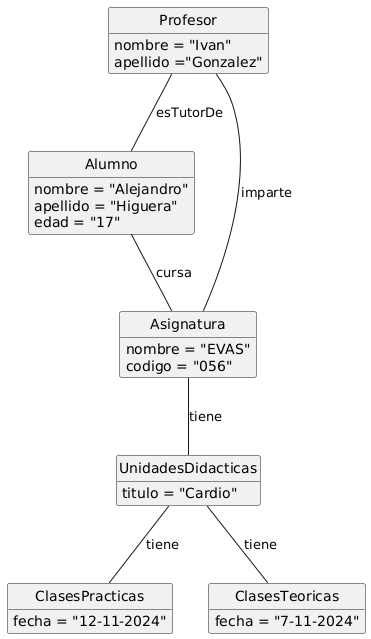
This is Documentos/Imagenes/diagramaDeObjetos.png from mmasias/24-25-IdSw1-SDR, a PlantUML export, as it was before one commit. The source it was exported from:
```plantuml
@startuml
hide circle
hide empty members

class Profesor {
    nombre = "Ivan"
    apellido ="Gonzalez"
}

class Alumno {
    nombre = "Alejandro"
    apellido = "Higuera"
  edad = "17"
}

class Asignatura {
    nombre = "EVAS"
    codigo = "056"
}

class UnidadesDidacticas {
    titulo = "Cardio"
}

class ClasesPracticas {
    fecha = "12-11-2024"
}

class ClasesTeoricas {
    fecha = "7-11-2024"
}

Profesor -- Alumno : esTutorDe
Profesor -- Asignatura : imparte
Asignatura -- UnidadesDidacticas : tiene
UnidadesDidacticas -- ClasesPracticas : tiene
UnidadesDidacticas -- ClasesTeoricas : tiene
Alumno -- Asignatura : cursa
@enduml
```
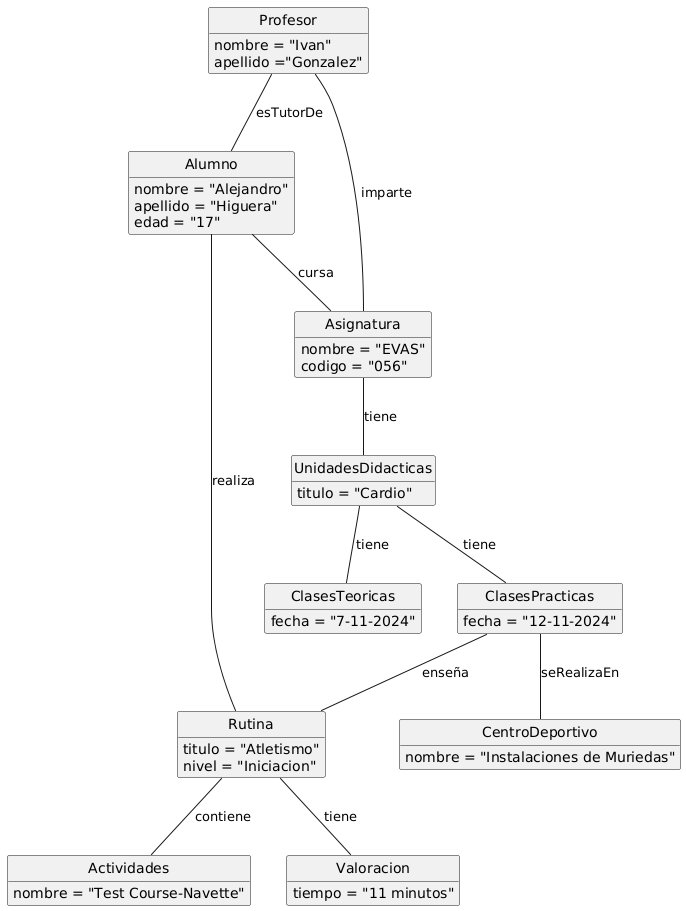
The same diagram one commit later.

What changed in the source:
```diff
@@ -10,7 +10,7 @@
 class Alumno {
     nombre = "Alejandro"
     apellido = "Higuera"
-  edad = "17"
+    edad = "17"
 }
 
 class Asignatura {
@@ -30,10 +30,33 @@
     fecha = "7-11-2024"
 }
 
+class CentroDeportivo {
+    nombre = "Instalaciones de Muriedas"
+}
+
+class Rutina {
+    titulo = "Atletismo"
+    nivel = "Iniciacion"
+}
+
+class Actividades {
+    nombre = "Test Course-Navette"
+}
+
+class Valoracion {
+    tiempo = "11 minutos"
+}
+
+
 Profesor -- Alumno : esTutorDe
 Profesor -- Asignatura : imparte
 Asignatura -- UnidadesDidacticas : tiene
 UnidadesDidacticas -- ClasesPracticas : tiene
 UnidadesDidacticas -- ClasesTeoricas : tiene
 Alumno -- Asignatura : cursa
+ClasesPracticas -- CentroDeportivo : seRealizaEn
+ClasesPracticas -- Rutina : enseña
+Rutina -- Actividades : contiene
+Rutina -- Valoracion: tiene
+Alumno -- Rutina: realiza
 @enduml
```
